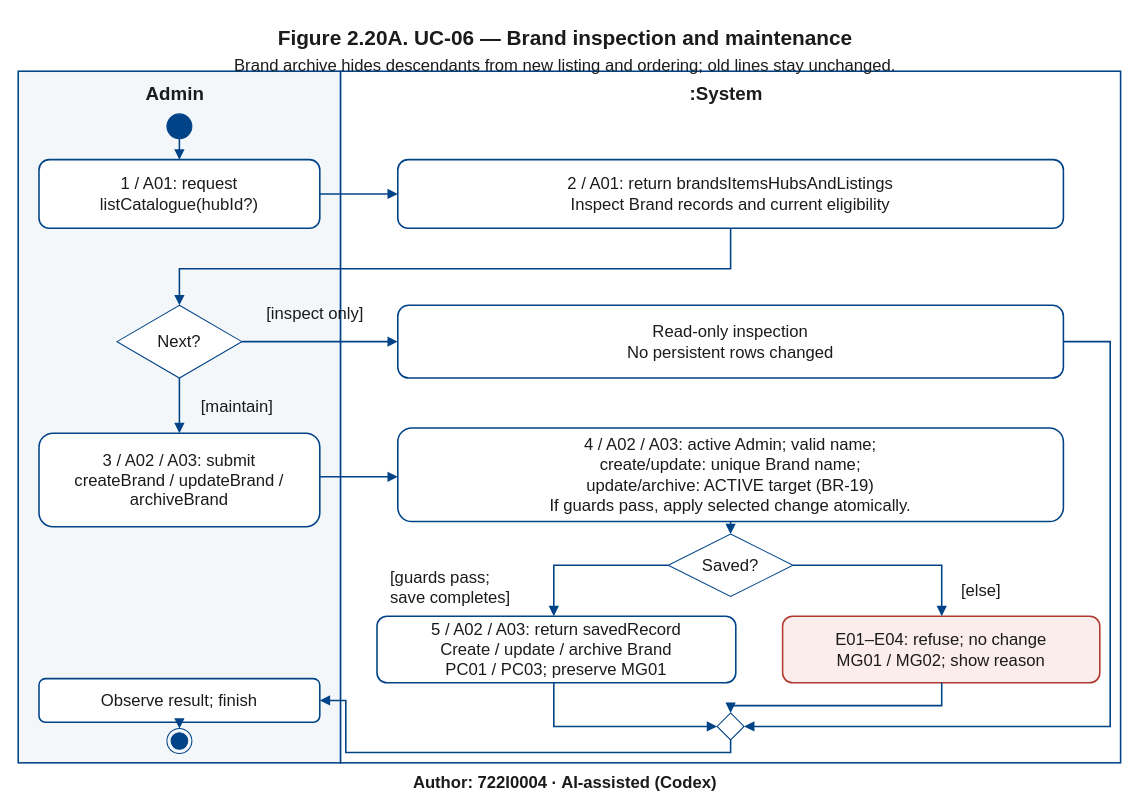
Dat071104/SaigonBite keeps this draw.io diagram as page "Figure 2.20A. UC-06 — Brand inspection and maintenance" (1 of 3) of models/UC-06/activity_uc06.drawio. Above is the earlier version. Source tidied: cells renumbered, new cells numbered last; positions are measured from the earlier drawing's top-left corner, leaving out a move shared by most shapes. Both pictures are drawn from the tidied source at 104%, with x=0, y=0 at pixel (18, 18).
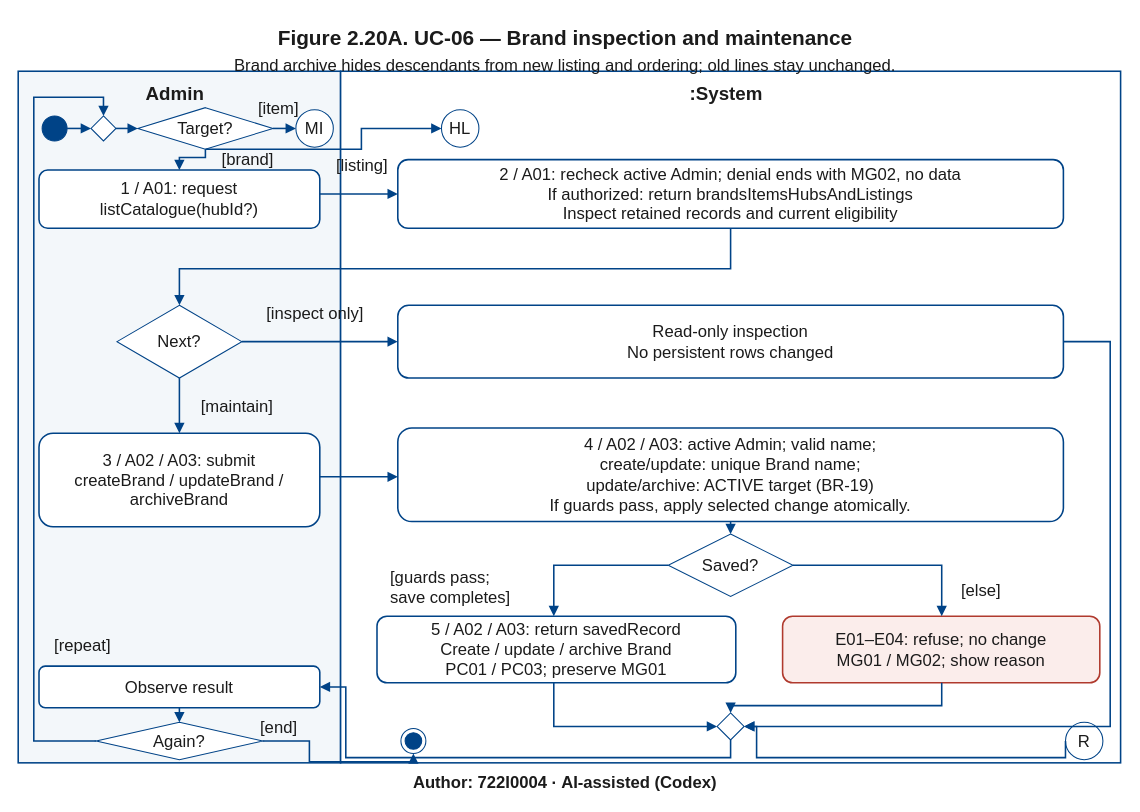
Above is the later version.

The change refers to these unchanged cells:
```xml
<mxCell id="18" style="html=0;whiteSpace=wrap;fontFamily=Arial;fontSize=16;fontColor=#1B1B1B;rhombus;fillColor=white;strokeColor=#004387;" parent="1" vertex="1">
  <mxGeometry x="672" y="668" width="26" height="26" as="geometry" />
</mxCell>
```

What changed in the source:
```diff
@@
     <mxCell id="8" style="html=0;whiteSpace=wrap;fontFamily=Arial;fontSize=16;fontColor=#1B1B1B;ellipse;fillColor=#004387;strokeColor=#004387;" parent="1" vertex="1">
-      <mxGeometry x="143" y="92" width="24" height="24" as="geometry" />
+      <mxGeometry x="23" y="94" width="24" height="24" as="geometry" />
     </mxCell>
+    <mxCell id="40" style="html=0;whiteSpace=wrap;fontFamily=Arial;fontSize=16;fontColor=#1B1B1B;rhombus;fillColor=white;strokeColor=#004387;" parent="1" vertex="1">
+      <mxGeometry x="70" y="94" width="24" height="24" as="geometry" />
+    </mxCell>
+    <mxCell id="41" value="Target?" style="html=0;whiteSpace=wrap;fontFamily=Arial;fontSize=16;fontColor=#1B1B1B;rhombus;fillColor=white;strokeColor=#004387;" parent="1" vertex="1">
+      <mxGeometry x="115" y="86" width="130" height="40" as="geometry" />
+    </mxCell>
+    <mxCell id="42" value="MI" style="html=0;whiteSpace=wrap;fontFamily=Arial;fontSize=16;fontColor=#1B1B1B;ellipse;fillColor=white;strokeColor=#004387;" parent="1" vertex="1">
+      <mxGeometry x="267" y="88" width="36" height="36" as="geometry" />
+    </mxCell>
+    <mxCell id="43" value="HL" style="html=0;whiteSpace=wrap;fontFamily=Arial;fontSize=16;fontColor=#1B1B1B;ellipse;fillColor=white;strokeColor=#004387;" parent="1" vertex="1">
+      <mxGeometry x="407" y="88" width="36" height="36" as="geometry" />
+    </mxCell>
     <mxCell id="9" value="1 / A01: request&#10;listCatalogue(hubId?)" style="html=0;whiteSpace=wrap;fontFamily=Arial;fontSize=16;fontColor=#1B1B1B;rounded=1;fillColor=white;strokeColor=#004387;strokeWidth=1.5;" parent="1" vertex="1">
-      <mxGeometry x="20" y="136" width="270" height="66" as="geometry" />
+      <mxGeometry x="20" y="146" width="270" height="56" as="geometry" />
     </mxCell>
-    <mxCell id="10" value="2 / A01: return brandsItemsHubsAndListings&#10;Inspect Brand records and current eligibility" style="html=0;whiteSpace=wrap;fontFamily=Arial;fontSize=16;fontColor=#1B1B1B;rounded=1;fillColor=white;strokeColor=#004387;strokeWidth=1.5;" parent="1" vertex="1">
+    <mxCell id="10" value="2 / A01: recheck active Admin; denial ends with MG02, no data&#10;If authorized: return brandsItemsHubsAndListings&#10;Inspect retained records and current eligibility" style="html=0;whiteSpace=wrap;fontFamily=Arial;fontSize=16;fontColor=#1B1B1B;rounded=1;fillColor=white;strokeColor=#004387;strokeWidth=1.5;" parent="1" vertex="1">
       <mxGeometry x="365" y="136" width="640" height="66" as="geometry" />
     </mxCell>
@@
-    <mxCell id="19" value="Observe result; finish" style="html=0;whiteSpace=wrap;fontFamily=Arial;fontSize=16;fontColor=#1B1B1B;rounded=1;fillColor=white;strokeColor=#004387;strokeWidth=1.5;" parent="1" vertex="1">
-      <mxGeometry x="20" y="635" width="270" height="42" as="geometry" />
+    <mxCell id="19" value="Observe result" style="html=0;whiteSpace=wrap;fontFamily=Arial;fontSize=16;fontColor=#1B1B1B;rounded=1;fillColor=white;strokeColor=#004387;strokeWidth=1.5;" parent="1" vertex="1">
+      <mxGeometry x="20" y="623" width="270" height="40" as="geometry" />
     </mxCell>
+    <mxCell id="44" value="Again?" style="html=0;whiteSpace=wrap;fontFamily=Arial;fontSize=16;fontColor=#1B1B1B;rhombus;fillColor=white;strokeColor=#004387;" parent="1" vertex="1">
+      <mxGeometry x="75" y="677" width="160" height="36" as="geometry" />
+    </mxCell>
     <mxCell id="20" style="html=0;whiteSpace=wrap;fontFamily=Arial;fontSize=16;fontColor=#1B1B1B;shape=endState;fillColor=#004387;strokeColor=#004387;" parent="1" vertex="1">
-      <mxGeometry x="143" y="683" width="24" height="24" as="geometry" />
+      <mxGeometry x="368" y="683" width="24" height="24" as="geometry" />
     </mxCell>
+    <mxCell id="45" value="R" style="html=0;whiteSpace=wrap;fontFamily=Arial;fontSize=16;fontColor=#1B1B1B;ellipse;fillColor=white;strokeColor=#004387;" parent="1" vertex="1">
+      <mxGeometry x="1007" y="677" width="36" height="36" as="geometry" />
+    </mxCell>
-    <mxCell id="21" style="edgeStyle=none;rounded=0;strokeColor=#004387;strokeWidth=1.5;endArrow=block;exitX=0.5;exitY=1.0;exitPerimeter=0;entryX=0.5;entryY=0.0;entryPerimeter=0;" parent="1" edge="1" source="8" target="9">
-      <mxGeometry relative="1" as="geometry" />
+    <mxCell id="21" style="edgeStyle=none;rounded=0;strokeColor=#004387;strokeWidth=1.5;endArrow=block;exitX=0.5;exitY=1.0;exitPerimeter=0;entryX=0.5;entryY=0.0;entryPerimeter=0;" parent="1" edge="1" source="41" target="9">
+      <mxGeometry relative="1" as="geometry">
+        <Array as="points">
+          <mxPoint x="180" y="134" />
+          <mxPoint x="155" y="134" />
+        </Array>
+      </mxGeometry>
     </mxCell>
+    <mxCell id="46" value="[brand]" style="html=0;whiteSpace=wrap;fontFamily=Arial;fontSize=16;fontColor=#1B1B1B;text;strokeColor=none;fillColor=none;fontSize=16;fontStyle=0;" parent="1" vertex="1">
+      <mxGeometry x="194.1" y="120" width="61.8" height="28" as="geometry" />
+    </mxCell>
-    <mxCell id="22" style="edgeStyle=none;rounded=0;strokeColor=#004387;strokeWidth=1.5;endArrow=block;exitX=1.0;exitY=0.5;exitPerimeter=0;entryX=0.0;entryY=0.5;entryPerimeter=0;" parent="1" edge="1" source="9" target="10">
+    <mxCell id="22" style="edgeStyle=none;rounded=0;strokeColor=#004387;strokeWidth=1.5;endArrow=block;exitX=1.0;exitY=0.4107142857142857;exitPerimeter=0;entryX=0.0;entryY=0.5;entryPerimeter=0;" parent="1" edge="1" source="9" target="10">
       <mxGeometry relative="1" as="geometry" />
     </mxCell>
@@
     <mxCell id="37" style="edgeStyle=none;rounded=0;strokeColor=#004387;strokeWidth=1.5;endArrow=block;exitX=0.5;exitY=1.0;exitPerimeter=0;entryX=1.0;entryY=0.5;entryPerimeter=0;" parent="1" edge="1" source="18" target="19">
       <mxGeometry relative="1" as="geometry">
         <Array as="points">
-          <mxPoint x="685" y="706" />
-          <mxPoint x="315" y="706" />
-          <mxPoint x="315" y="656" />
+          <mxPoint x="685" y="711" />
+          <mxPoint x="315" y="711" />
+          <mxPoint x="315" y="643" />
         </Array>
       </mxGeometry>
     </mxCell>
-    <mxCell id="38" style="edgeStyle=none;rounded=0;strokeColor=#004387;strokeWidth=1.5;endArrow=block;exitX=0.5;exitY=1.0;exitPerimeter=0;entryX=0.5;entryY=0.0;entryPerimeter=0;" parent="1" edge="1" source="19" target="20">
+    <mxCell id="38" style="edgeStyle=none;rounded=0;strokeColor=#004387;strokeWidth=1.5;endArrow=block;exitX=0.5;exitY=1.0;exitPerimeter=0;entryX=0.5;entryY=0.0;entryPerimeter=0;" parent="1" edge="1" source="19" target="44">
       <mxGeometry relative="1" as="geometry" />
     </mxCell>
+    <mxCell id="47" style="edgeStyle=none;rounded=0;strokeColor=#004387;strokeWidth=1.5;endArrow=block;exitX=1.0;exitY=0.5;exitPerimeter=0;entryX=0.0;entryY=0.5;entryPerimeter=0;" parent="1" edge="1" source="8" target="40">
+      <mxGeometry relative="1" as="geometry" />
+    </mxCell>
+    <mxCell id="48" style="edgeStyle=none;rounded=0;strokeColor=#004387;strokeWidth=1.5;endArrow=block;exitX=1.0;exitY=0.5;exitPerimeter=0;entryX=0.0;entryY=0.5;entryPerimeter=0;" parent="1" edge="1" source="40" target="41">
+      <mxGeometry relative="1" as="geometry" />
+    </mxCell>
+    <mxCell id="49" style="edgeStyle=none;rounded=0;strokeColor=#004387;strokeWidth=1.5;endArrow=block;exitX=1.0;exitY=0.5;exitPerimeter=0;entryX=0.0;entryY=0.5;entryPerimeter=0;" parent="1" edge="1" source="41" target="42">
+      <mxGeometry relative="1" as="geometry" />
+    </mxCell>
+    <mxCell id="50" value="[item]" style="html=0;whiteSpace=wrap;fontFamily=Arial;fontSize=16;fontColor=#1B1B1B;text;strokeColor=none;fillColor=none;fontSize=16;fontStyle=0;" parent="1" vertex="1">
+      <mxGeometry x="229.4" y="71" width="51.1" height="28" as="geometry" />
+    </mxCell>
+    <mxCell id="51" style="edgeStyle=none;rounded=0;strokeColor=#004387;strokeWidth=1.5;endArrow=block;exitX=0.5;exitY=1.0;exitPerimeter=0;entryX=0.0;entryY=0.5;entryPerimeter=0;" parent="1" edge="1" source="41" target="43">
+      <mxGeometry relative="1" as="geometry">
+        <Array as="points">
+          <mxPoint x="330" y="126" />
+          <mxPoint x="330" y="106" />
+        </Array>
+      </mxGeometry>
+    </mxCell>
+    <mxCell id="52" value="[listing]" style="html=0;whiteSpace=wrap;fontFamily=Arial;fontSize=16;fontColor=#1B1B1B;text;strokeColor=none;fillColor=none;fontSize=16;fontStyle=0;" parent="1" vertex="1">
+      <mxGeometry x="304.1" y="125" width="61.8" height="28" as="geometry" />
+    </mxCell>
+    <mxCell id="53" style="edgeStyle=none;rounded=0;strokeColor=#004387;strokeWidth=1.5;endArrow=block;exitX=0.0;exitY=0.5;exitPerimeter=0;entryX=1.0;entryY=0.5;entryPerimeter=0;" parent="1" edge="1" source="45" target="18">
+      <mxGeometry relative="1" as="geometry">
+        <Array as="points">
+          <mxPoint x="1007" y="711" />
+          <mxPoint x="710" y="711" />
+          <mxPoint x="710" y="681" />
+        </Array>
+      </mxGeometry>
+    </mxCell>
+    <mxCell id="54" style="edgeStyle=none;rounded=0;strokeColor=#004387;strokeWidth=1.5;endArrow=block;exitX=0.0;exitY=0.5;exitPerimeter=0;entryX=0.5;entryY=0.0;entryPerimeter=0;" parent="1" edge="1" source="44" target="40">
+      <mxGeometry relative="1" as="geometry">
+        <Array as="points">
+          <mxPoint x="15" y="695" />
+          <mxPoint x="15" y="76" />
+          <mxPoint x="82" y="76" />
+        </Array>
+      </mxGeometry>
+    </mxCell>
+    <mxCell id="55" value="[repeat]" style="html=0;whiteSpace=wrap;fontFamily=Arial;fontSize=16;fontColor=#1B1B1B;text;strokeColor=none;fillColor=none;fontSize=16;fontStyle=0;" parent="1" vertex="1">
+      <mxGeometry x="32.9" y="587" width="66.3" height="28" as="geometry" />
+    </mxCell>
+    <mxCell id="56" style="edgeStyle=none;rounded=0;strokeColor=#004387;strokeWidth=1.5;endArrow=block;exitX=1.0;exitY=0.5;exitPerimeter=0;entryX=0.5;entryY=1.0;entryPerimeter=0;" parent="1" edge="1" source="44" target="20">
+      <mxGeometry relative="1" as="geometry">
+        <Array as="points">
+          <mxPoint x="280" y="695" />
+          <mxPoint x="280" y="715" />
+          <mxPoint x="380" y="715" />
+        </Array>
+      </mxGeometry>
+    </mxCell>
+    <mxCell id="57" value="[end]" style="html=0;whiteSpace=wrap;fontFamily=Arial;fontSize=16;fontColor=#1B1B1B;text;strokeColor=none;fillColor=none;fontSize=16;fontStyle=0;" parent="1" vertex="1">
+      <mxGeometry x="231.2" y="666" width="47.6" height="28" as="geometry" />
+    </mxCell>
```
